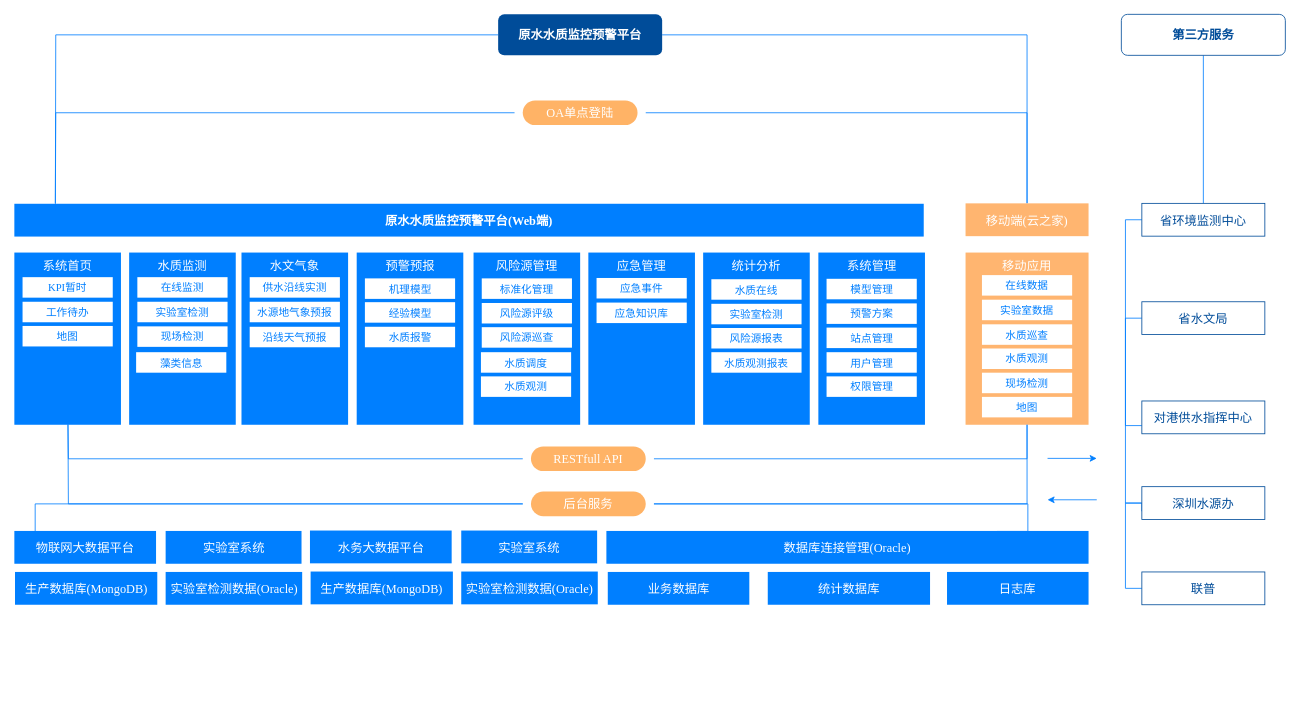
The draw.io diagram page "原水-功能架构图" (6 of 8) of 二供ER图.drawio in lpeng589/draw, before the edit. Source tidied: cells renumbered, new cells numbered last; positions are measured from the earlier drawing's top-left corner, leaving out a move shared by most shapes. Both pictures are drawn from the tidied source at 82%, with x=0, y=0 at pixel (14, 14).
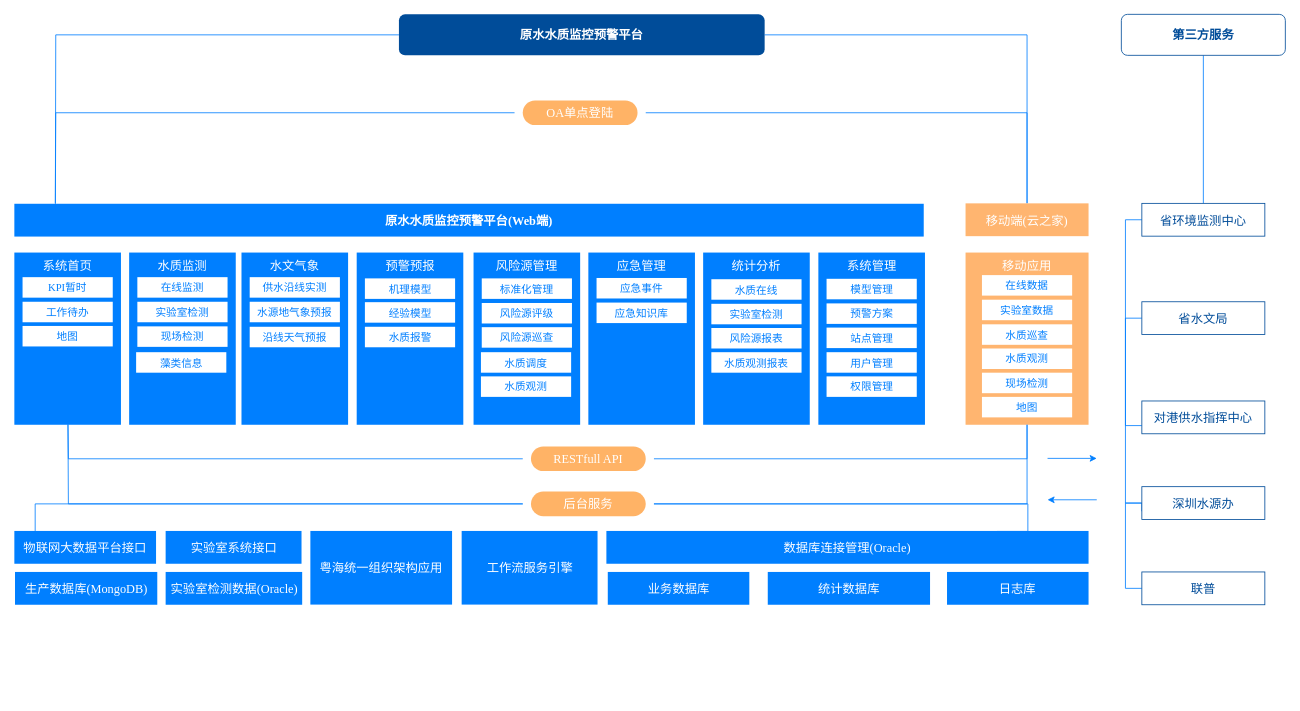
After the change.

Diff of the diagram source:
```diff
@@
     <mxCell id="5" value="原水水质监控预警平台" style="rounded=1;whiteSpace=wrap;html=1;labelBackgroundColor=none;fillColor=#004C99;fontFamily=Times New Roman;fontSize=15;fontColor=#FFFFFF;align=center;fontStyle=1;strokeColor=none;" parent="1" vertex="1">
-      <mxGeometry x="590" width="200" height="50" as="geometry" />
+      <mxGeometry x="469" width="446" height="50" as="geometry" />
     </mxCell>
@@
-    <mxCell id="79" style="group;" parent="1" vertex="1">
+    <mxCell id="79" style="group;fillColor=#ffffff;" parent="1" vertex="1">
       <mxGeometry y="630" width="351" height="90" as="geometry" />
     </mxCell>
-    <mxCell id="80" value="物联网大数据平台" style="rounded=0;whiteSpace=wrap;html=1;fontSize=15;align=center;labelBackgroundColor=none;fillColor=#007FFF;fontColor=#FFFFFF;strokeColor=none;fontFamily=Times New Roman;" parent="79" vertex="1">
+    <mxCell id="80" value="物联网大数据平台接口" style="rounded=0;whiteSpace=wrap;html=1;fontSize=15;align=center;labelBackgroundColor=none;fillColor=#007FFF;fontColor=#FFFFFF;strokeColor=none;fontFamily=Times New Roman;" parent="79" vertex="1">
       <mxGeometry width="172.8" height="40" as="geometry" />
     </mxCell>
@@
-    <mxCell id="83" value="实验室系统" style="rounded=0;whiteSpace=wrap;html=1;fontSize=15;align=center;labelBackgroundColor=none;fillColor=#007FFF;fontColor=#FFFFFF;strokeColor=none;fontFamily=Times New Roman;" parent="79" vertex="1">
+    <mxCell id="83" value="实验室系统接口" style="rounded=0;whiteSpace=wrap;html=1;fontSize=15;align=center;labelBackgroundColor=none;fillColor=#007FFF;fontColor=#FFFFFF;strokeColor=none;fontFamily=Times New Roman;" parent="79" vertex="1">
       <mxGeometry x="184.5" width="165.7" height="40" as="geometry" />
     </mxCell>
     <mxCell id="84" style="group;" parent="1" vertex="1">
-      <mxGeometry x="360.5" y="629.5" width="351" height="90" as="geometry" />
+      <mxGeometry x="361" y="630" width="351" height="202" as="geometry" />
     </mxCell>
-    <mxCell id="85" value="水务大数据平台" style="rounded=0;whiteSpace=wrap;html=1;fontSize=15;align=center;labelBackgroundColor=none;fillColor=#007FFF;fontColor=#FFFFFF;strokeColor=none;fontFamily=Times New Roman;" parent="84" vertex="1">
-      <mxGeometry width="172.8" height="40" as="geometry" />
+    <mxCell id="85" value="粤海统一组织架构应用" style="rounded=0;whiteSpace=wrap;html=1;fontSize=15;align=center;labelBackgroundColor=none;fillColor=#007FFF;fontColor=#FFFFFF;strokeColor=none;fontFamily=Times New Roman;" parent="84" vertex="1">
+      <mxGeometry width="172.8" height="89.8" as="geometry" />
     </mxCell>
-    <mxCell id="86" value="生产数据库(MongoDB)" style="rounded=0;whiteSpace=wrap;html=1;fontSize=15;align=center;labelBackgroundColor=none;fillColor=#007FFF;fontColor=#FFFFFF;strokeColor=none;fontFamily=Times New Roman;" parent="84" vertex="1">
-      <mxGeometry x="0.8" y="50" width="173.5" height="40" as="geometry" />
-    </mxCell>
-    <mxCell id="87" value="实验室检测数据(Oracle)" style="rounded=0;whiteSpace=wrap;html=1;fontSize=15;align=center;labelBackgroundColor=none;fillColor=#007FFF;fontColor=#FFFFFF;strokeColor=none;fontFamily=Times New Roman;" parent="84" vertex="1">
-      <mxGeometry x="184.5" y="50" width="166.5" height="40" as="geometry" />
-    </mxCell>
-    <mxCell id="88" value="实验室系统" style="rounded=0;whiteSpace=wrap;html=1;fontSize=15;align=center;labelBackgroundColor=none;fillColor=#007FFF;fontColor=#FFFFFF;strokeColor=none;fontFamily=Times New Roman;" parent="84" vertex="1">
-      <mxGeometry x="184.5" width="165.7" height="40" as="geometry" />
+    <mxCell id="88" value="工作流服务引擎" style="rounded=0;whiteSpace=wrap;html=1;fontSize=15;align=center;labelBackgroundColor=none;fillColor=#007FFF;fontColor=#FFFFFF;strokeColor=none;fontFamily=Times New Roman;" parent="84" vertex="1">
+      <mxGeometry x="184.5" width="165.7" height="89.8" as="geometry" />
     </mxCell>
```
